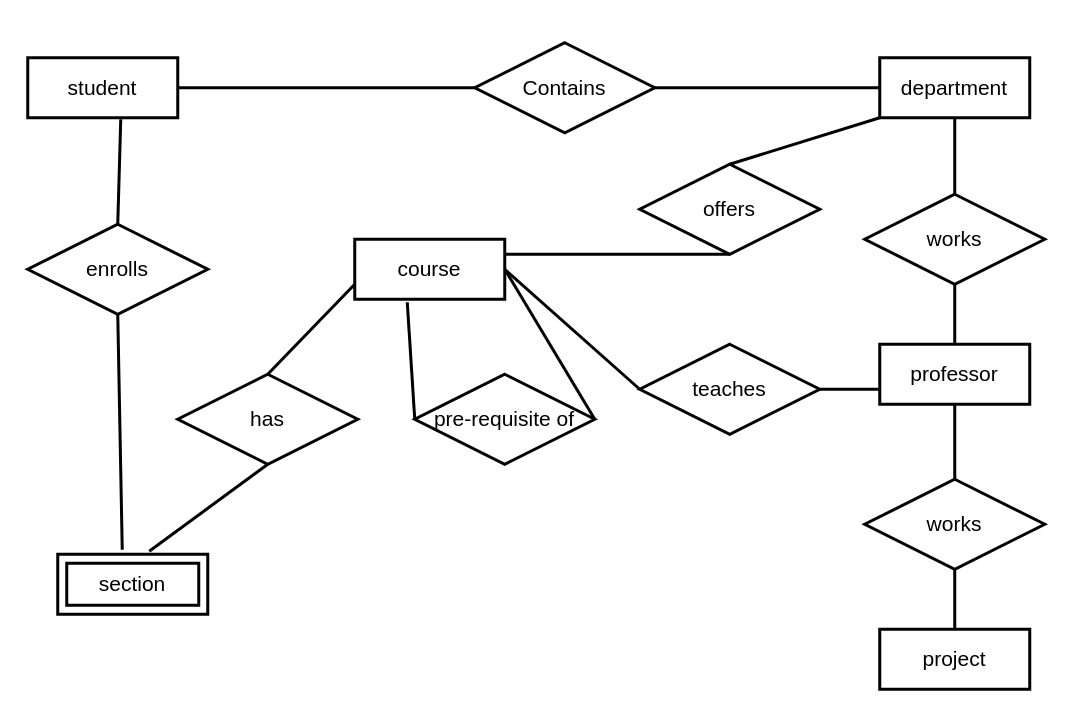
This is erd ecommerce.drawio from mzndnes/tic, a draw.io file, before an edit. Source tidied: cells renumbered, new cells numbered last; positions are measured from the earlier drawing's top-left corner, leaving out a move shared by most shapes. Both pictures are drawn from the tidied source at 150%, with x=0, y=0 at pixel (27, 42).
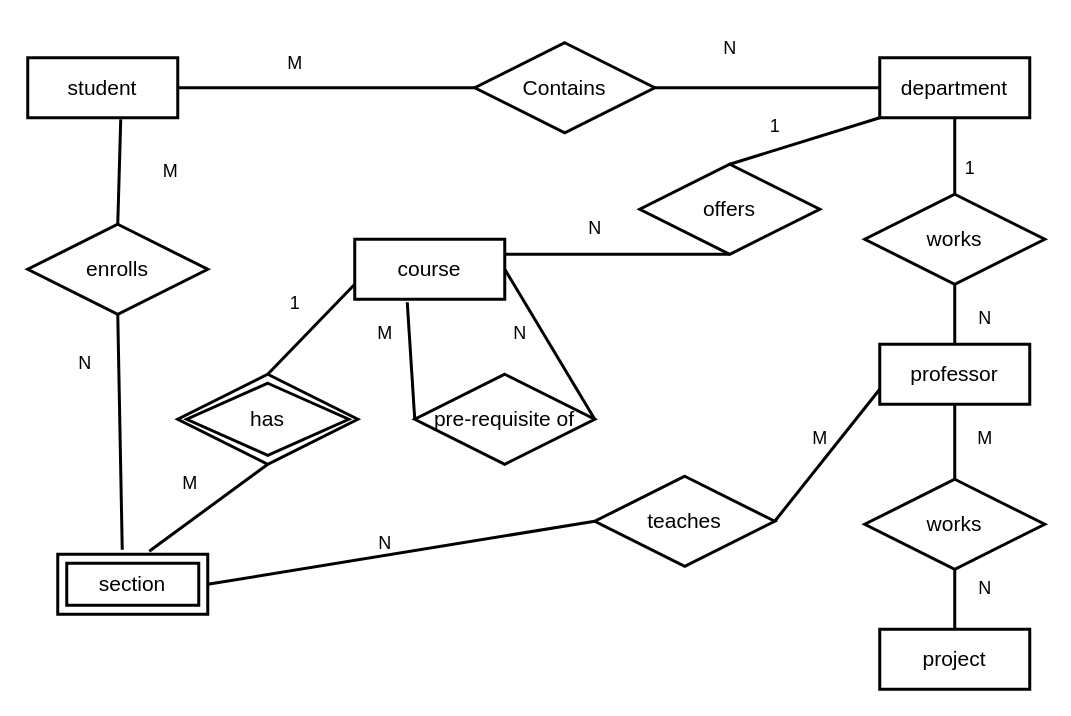
Above is the later version.

The change refers to these unchanged cells:
```xml
<mxCell id="7" value="course" style="whiteSpace=wrap;html=1;align=center;fontSize=14;strokeWidth=2;" parent="1" vertex="1">
  <mxGeometry x="218" y="131" width="100" height="40" as="geometry" />
</mxCell>
<mxCell id="13" value="section" style="shape=ext;margin=3;double=1;whiteSpace=wrap;html=1;align=center;fontSize=14;strokeWidth=2;" parent="1" vertex="1">
  <mxGeometry x="20" y="341" width="100" height="40" as="geometry" />
</mxCell>
```

Diff of the diagram source:
```diff
@@
-    <mxCell id="8" value="has" style="shape=rhombus;perimeter=rhombusPerimeter;whiteSpace=wrap;html=1;align=center;strokeWidth=2;fontSize=14;" parent="1" vertex="1">
-      <mxGeometry x="100" y="221" width="120" height="60" as="geometry" />
-    </mxCell>
@@
-    <mxCell id="16" style="endArrow=none;html=1;rounded=0;exitX=0.5;exitY=0;exitDx=0;exitDy=0;strokeWidth=2;entryX=0;entryY=0.75;entryDx=0;entryDy=0;" parent="1" edge="1" source="8" target="7">
-      <mxGeometry relative="1" as="geometry" />
+    <mxCell id="16" style="endArrow=none;html=1;rounded=0;exitX=0.5;exitY=0;exitDx=0;exitDy=0;strokeWidth=2;entryX=0;entryY=0.75;entryDx=0;entryDy=0;" parent="1" edge="1" target="7">
+      <mxGeometry relative="1" as="geometry">
+        <mxPoint x="160" y="221" as="sourcePoint" />
+      </mxGeometry>
     </mxCell>
-    <mxCell id="17" style="endArrow=none;html=1;rounded=0;exitX=0.61;exitY=-0.05;exitDx=0;exitDy=0;strokeWidth=2;entryX=0.5;entryY=1;entryDx=0;entryDy=0;exitPerimeter=0;" parent="1" edge="1" source="13" target="8">
-      <mxGeometry relative="1" as="geometry" />
+    <mxCell id="17" style="endArrow=none;html=1;rounded=0;exitX=0.61;exitY=-0.05;exitDx=0;exitDy=0;strokeWidth=2;entryX=0.5;entryY=1;entryDx=0;entryDy=0;exitPerimeter=0;" parent="1" edge="1" source="13">
+      <mxGeometry relative="1" as="geometry">
+        <mxPoint x="160" y="281" as="targetPoint" />
+      </mxGeometry>
     </mxCell>
@@
     <mxCell id="30" value="teaches" style="shape=rhombus;perimeter=rhombusPerimeter;whiteSpace=wrap;html=1;align=center;strokeWidth=2;fontSize=14;" parent="1" vertex="1">
-      <mxGeometry x="408" y="201" width="120" height="60" as="geometry" />
+      <mxGeometry x="378" y="289" width="120" height="60" as="geometry" />
     </mxCell>
@@
-    <mxCell id="32" style="endArrow=none;html=1;rounded=0;exitX=0;exitY=0.5;exitDx=0;exitDy=0;strokeWidth=2;entryX=1;entryY=0.5;entryDx=0;entryDy=0;" parent="1" edge="1" source="30" target="7">
-      <mxGeometry relative="1" as="geometry" />
-    </mxCell>
+    <mxCell id="8" value="has" style="shape=rhombus;double=1;perimeter=rhombusPerimeter;whiteSpace=wrap;html=1;align=center;strokeWidth=2;fontSize=14;" parent="1" vertex="1">
+      <mxGeometry x="100" y="221" width="120" height="60" as="geometry" />
+    </mxCell>
+    <mxCell id="33" value="M" style="text;html=1;align=center;verticalAlign=middle;strokeColor=none;fillColor=none;" parent="1" vertex="1">
+      <mxGeometry x="80" y="71" width="30" height="30" as="geometry" />
+    </mxCell>
+    <mxCell id="34" value="N" style="text;html=1;align=center;verticalAlign=middle;strokeColor=none;fillColor=none;" parent="1" vertex="1">
+      <mxGeometry x="23" y="199" width="30" height="30" as="geometry" />
+    </mxCell>
+    <mxCell id="35" value="M" style="text;html=1;align=center;verticalAlign=middle;strokeColor=none;fillColor=none;" parent="1" vertex="1">
+      <mxGeometry x="163" y="-1" width="30" height="30" as="geometry" />
+    </mxCell>
+    <mxCell id="36" value="N" style="text;html=1;align=center;verticalAlign=middle;strokeColor=none;fillColor=none;" parent="1" vertex="1">
+      <mxGeometry x="453" y="-11" width="30" height="30" as="geometry" />
+    </mxCell>
+    <mxCell id="37" value="M" style="text;html=1;align=center;verticalAlign=middle;strokeColor=none;fillColor=none;" parent="1" vertex="1">
+      <mxGeometry x="93" y="279" width="30" height="30" as="geometry" />
+    </mxCell>
+    <mxCell id="38" value="1" style="text;html=1;align=center;verticalAlign=middle;strokeColor=none;fillColor=none;" parent="1" vertex="1">
+      <mxGeometry x="163" y="159" width="30" height="30" as="geometry" />
+    </mxCell>
+    <mxCell id="39" value="M" style="text;html=1;align=center;verticalAlign=middle;strokeColor=none;fillColor=none;" parent="1" vertex="1">
+      <mxGeometry x="223" y="179" width="30" height="30" as="geometry" />
+    </mxCell>
+    <mxCell id="40" value="N" style="text;html=1;align=center;verticalAlign=middle;strokeColor=none;fillColor=none;" parent="1" vertex="1">
+      <mxGeometry x="313" y="179" width="30" height="30" as="geometry" />
+    </mxCell>
+    <mxCell id="41" value="N" style="text;html=1;align=center;verticalAlign=middle;strokeColor=none;fillColor=none;" parent="1" vertex="1">
+      <mxGeometry x="363" y="109" width="30" height="30" as="geometry" />
+    </mxCell>
+    <mxCell id="42" value="1" style="text;html=1;align=center;verticalAlign=middle;strokeColor=none;fillColor=none;" parent="1" vertex="1">
+      <mxGeometry x="483" y="41" width="30" height="30" as="geometry" />
+    </mxCell>
+    <mxCell id="43" value="1" style="text;html=1;align=center;verticalAlign=middle;strokeColor=none;fillColor=none;" parent="1" vertex="1">
+      <mxGeometry x="613" y="69" width="30" height="30" as="geometry" />
+    </mxCell>
+    <mxCell id="44" value="N" style="text;html=1;align=center;verticalAlign=middle;strokeColor=none;fillColor=none;" parent="1" vertex="1">
+      <mxGeometry x="623" y="169" width="30" height="30" as="geometry" />
+    </mxCell>
+    <mxCell id="45" value="M" style="text;html=1;align=center;verticalAlign=middle;strokeColor=none;fillColor=none;" parent="1" vertex="1">
+      <mxGeometry x="623" y="249" width="30" height="30" as="geometry" />
+    </mxCell>
+    <mxCell id="46" value="N" style="text;html=1;align=center;verticalAlign=middle;strokeColor=none;fillColor=none;" parent="1" vertex="1">
+      <mxGeometry x="623" y="349" width="30" height="30" as="geometry" />
+    </mxCell>
+    <mxCell id="47" style="endArrow=none;html=1;rounded=0;exitX=0;exitY=0.5;exitDx=0;exitDy=0;strokeWidth=2;entryX=1;entryY=0.5;entryDx=0;entryDy=0;" parent="1" edge="1" source="30" target="13">
+      <mxGeometry relative="1" as="geometry" />
+    </mxCell>
+    <mxCell id="48" value="M" style="text;html=1;align=center;verticalAlign=middle;strokeColor=none;fillColor=none;" parent="1" vertex="1">
+      <mxGeometry x="513" y="249" width="30" height="30" as="geometry" />
+    </mxCell>
+    <mxCell id="49" value="N" style="text;html=1;align=center;verticalAlign=middle;strokeColor=none;fillColor=none;" parent="1" vertex="1">
+      <mxGeometry x="223" y="319" width="30" height="30" as="geometry" />
+    </mxCell>
```
